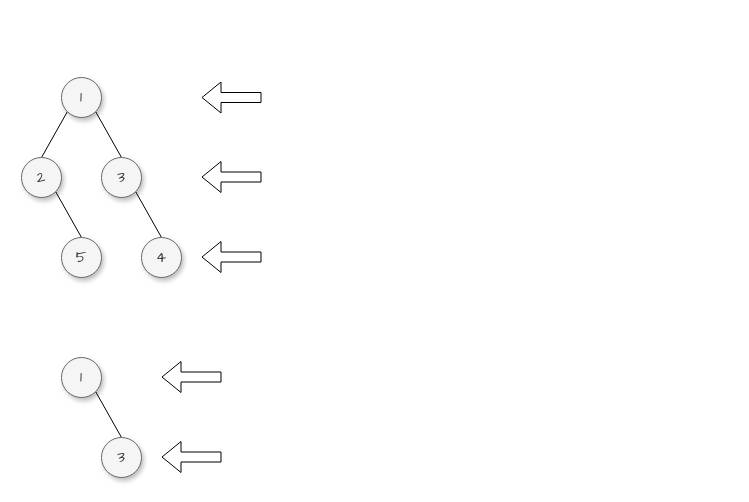
Before: draw.io/二叉树的右视图.drawio in goldknife6/algorithm, a draw.io diagram. Source tidied: cells renumbered, new cells numbered last; positions are measured from the earlier drawing's top-left corner, leaving out a move shared by most shapes. Both pictures are drawn from the tidied source at 100%, with x=0, y=0 at pixel (21, 77).
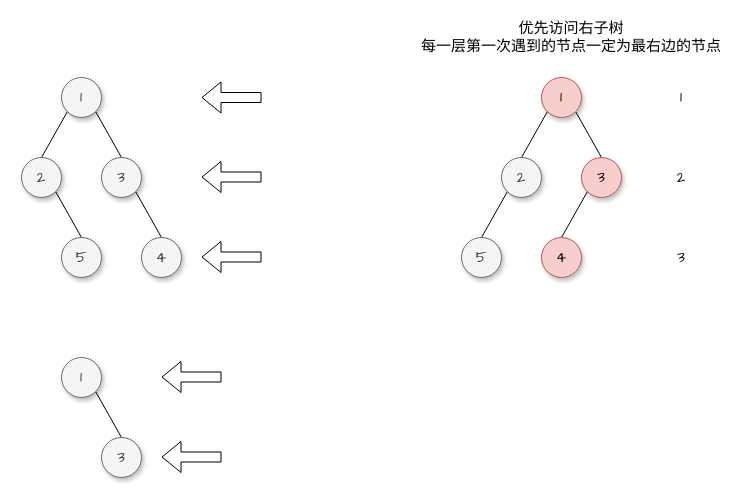
Above is the later version.

Commit message:
更新二叉树的右视图.drawio

Diff of the diagram source:
```diff
@@
+    <mxCell id="19" style="rounded=0;jettySize=auto;html=1;exitX=0;exitY=1;exitDx=0;exitDy=0;entryX=0.5;entryY=0;entryDx=0;entryDy=0;fontFamily=Comic Sans MS;fontSize=15;endArrow=none;endFill=0;" parent="1" edge="1" source="21" target="23">
+      <mxGeometry relative="1" as="geometry" />
+    </mxCell>
+    <mxCell id="20" style="edgeStyle=none;rounded=0;jettySize=auto;html=1;exitX=1;exitY=1;exitDx=0;exitDy=0;entryX=0.5;entryY=0;entryDx=0;entryDy=0;fontFamily=Comic Sans MS;fontSize=15;endArrow=none;endFill=0;" parent="1" edge="1" source="21" target="25">
+      <mxGeometry relative="1" as="geometry" />
+    </mxCell>
+    <mxCell id="21" value="&lt;font style=&quot;font-size: 15px&quot; face=&quot;Comic Sans MS&quot;&gt;1&lt;/font&gt;" style="ellipse;whiteSpace=wrap;html=1;fillColor=#f8cecc;strokeColor=#b85450;shadow=1;" parent="1" vertex="1">
+      <mxGeometry x="520" width="40" height="40" as="geometry" />
+    </mxCell>
+    <mxCell id="22" style="edgeStyle=none;rounded=0;jettySize=auto;html=1;exitX=0;exitY=1;exitDx=0;exitDy=0;entryX=0.5;entryY=0;entryDx=0;entryDy=0;fontFamily=Comic Sans MS;fontSize=15;endArrow=none;endFill=0;" parent="1" edge="1" source="23" target="26">
+      <mxGeometry relative="1" as="geometry" />
+    </mxCell>
+    <mxCell id="23" value="&lt;font style=&quot;font-size: 15px&quot; face=&quot;Comic Sans MS&quot;&gt;2&lt;/font&gt;" style="ellipse;whiteSpace=wrap;html=1;fillColor=#f5f5f5;fontColor=#333333;strokeColor=#666666;shadow=1;" parent="1" vertex="1">
+      <mxGeometry x="480" y="80" width="40" height="40" as="geometry" />
+    </mxCell>
+    <mxCell id="24" style="edgeStyle=none;rounded=0;jettySize=auto;html=1;exitX=0;exitY=1;exitDx=0;exitDy=0;entryX=0.5;entryY=0;entryDx=0;entryDy=0;fontFamily=Comic Sans MS;fontSize=15;endArrow=none;endFill=0;" parent="1" edge="1" source="25" target="27">
+      <mxGeometry relative="1" as="geometry" />
+    </mxCell>
+    <mxCell id="25" value="&lt;font style=&quot;font-size: 15px&quot; face=&quot;Comic Sans MS&quot;&gt;3&lt;/font&gt;" style="ellipse;whiteSpace=wrap;html=1;fillColor=#f8cecc;strokeColor=#b85450;shadow=1;" parent="1" vertex="1">
+      <mxGeometry x="560" y="80" width="40" height="40" as="geometry" />
+    </mxCell>
+    <mxCell id="26" value="&lt;font style=&quot;font-size: 15px&quot; face=&quot;Comic Sans MS&quot;&gt;5&lt;/font&gt;" style="ellipse;whiteSpace=wrap;html=1;fillColor=#f5f5f5;fontColor=#333333;strokeColor=#666666;shadow=1;" parent="1" vertex="1">
+      <mxGeometry x="440" y="160" width="40" height="40" as="geometry" />
+    </mxCell>
+    <mxCell id="27" value="&lt;font style=&quot;font-size: 15px&quot; face=&quot;Comic Sans MS&quot;&gt;4&lt;/font&gt;" style="ellipse;whiteSpace=wrap;html=1;fillColor=#f8cecc;strokeColor=#b85450;shadow=1;" parent="1" vertex="1">
+      <mxGeometry x="520" y="160" width="40" height="40" as="geometry" />
+    </mxCell>
+    <mxCell id="28" value="1" style="text;html=1;strokeColor=none;fillColor=none;align=center;verticalAlign=middle;whiteSpace=wrap;rounded=0;fontFamily=Comic Sans MS;fontSize=15;opacity=0;" parent="1" vertex="1">
+      <mxGeometry x="640" width="40" height="40" as="geometry" />
+    </mxCell>
+    <mxCell id="29" value="2" style="text;html=1;strokeColor=none;fillColor=none;align=center;verticalAlign=middle;whiteSpace=wrap;rounded=0;fontFamily=Comic Sans MS;fontSize=15;opacity=0;" parent="1" vertex="1">
+      <mxGeometry x="640" y="80" width="40" height="40" as="geometry" />
+    </mxCell>
+    <mxCell id="30" value="3" style="text;html=1;strokeColor=none;fillColor=none;align=center;verticalAlign=middle;whiteSpace=wrap;rounded=0;fontFamily=Comic Sans MS;fontSize=15;opacity=0;" parent="1" vertex="1">
+      <mxGeometry x="640" y="160" width="40" height="40" as="geometry" />
+    </mxCell>
+    <mxCell id="31" value="优先访问右子树&lt;br&gt;每一层第一次遇到的节点一定为最右边的节点" style="text;html=1;strokeColor=none;fillColor=none;align=center;verticalAlign=middle;whiteSpace=wrap;rounded=0;fontFamily=Comic Sans MS;fontSize=15;opacity=0;" parent="1" vertex="1">
+      <mxGeometry x="390" y="-60" width="320" height="40" as="geometry" />
+    </mxCell>
```
